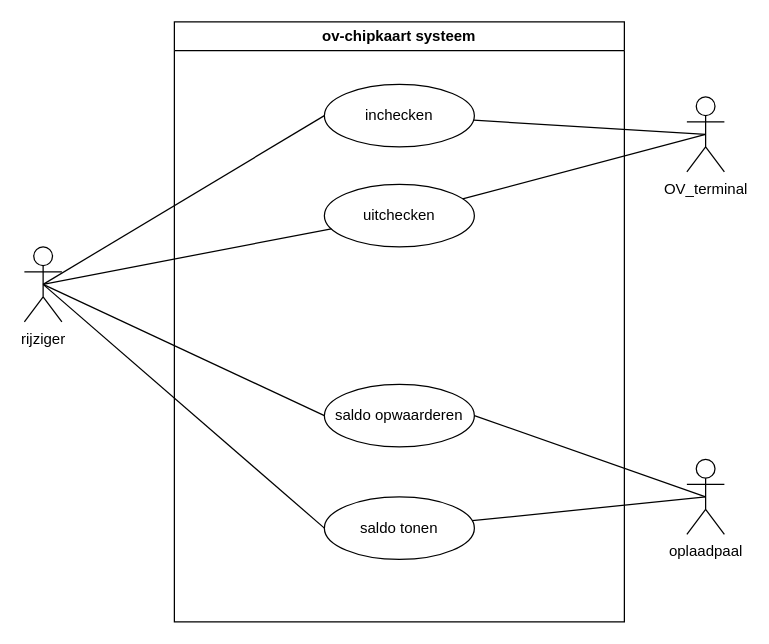
This is use-case diagram ov-systeem.drawio from Yonaki51/OOP1-eindopdracht, a draw.io file, before an edit. Source tidied: cells renumbered, new cells numbered last; positions are measured from the earlier drawing's top-left corner, leaving out a move shared by most shapes. Both pictures are drawn from the tidied source at 125%, with x=0, y=0 at pixel (24, 21).
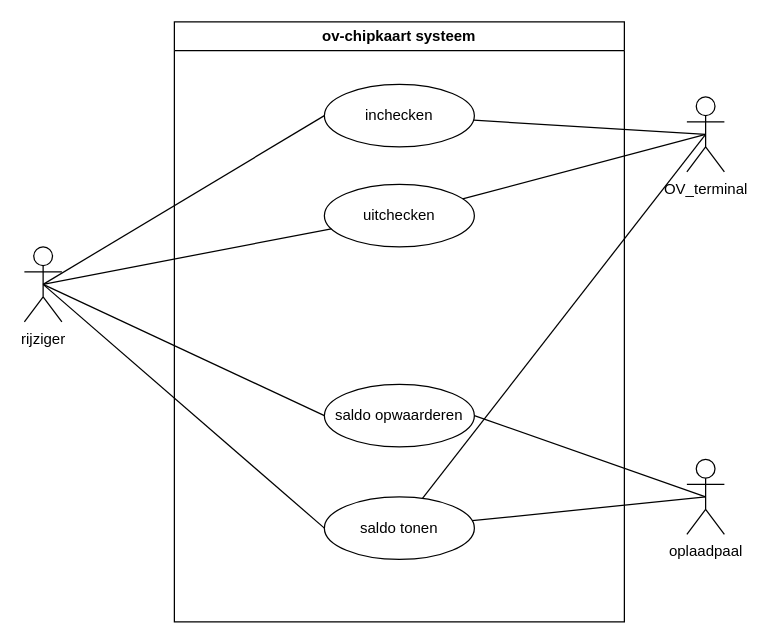
Above is the later version.

Change to the diagram source:
```diff
@@
 <mxGraphModel>
   <root>
     <mxCell id="0" />
     <mxCell id="1" parent="0" />
     <mxCell id="2" value="ov-chipkaart systeem" style="swimlane;whiteSpace=wrap;html=1;" parent="1" vertex="1">
       <mxGeometry x="120" width="360" height="480" as="geometry" />
     </mxCell>
     <mxCell id="3" value="inchecken" style="ellipse;whiteSpace=wrap;html=1;" parent="2" vertex="1">
       <mxGeometry x="120" y="50" width="120" height="50" as="geometry" />
     </mxCell>
     <mxCell id="4" value="uitchecken" style="ellipse;whiteSpace=wrap;html=1;" parent="2" vertex="1">
       <mxGeometry x="120" y="130" width="120" height="50" as="geometry" />
     </mxCell>
     <mxCell id="5" value="saldo opwaarderen" style="ellipse;whiteSpace=wrap;html=1;" parent="2" vertex="1">
       <mxGeometry x="120" y="290" width="120" height="50" as="geometry" />
     </mxCell>
     <mxCell id="6" value="saldo tonen" style="ellipse;whiteSpace=wrap;html=1;" parent="2" vertex="1">
       <mxGeometry x="120" y="380" width="120" height="50" as="geometry" />
     </mxCell>
     <mxCell id="7" value="rijziger" style="shape=umlActor;verticalLabelPosition=bottom;verticalAlign=top;html=1;outlineConnect=0;" parent="1" vertex="1">
       <mxGeometry y="180" width="30" height="60" as="geometry" />
     </mxCell>
     <mxCell id="8" value="OV_terminal" style="shape=umlActor;verticalLabelPosition=bottom;verticalAlign=top;html=1;outlineConnect=0;" parent="1" vertex="1">
       <mxGeometry x="530" y="60" width="30" height="60" as="geometry" />
     </mxCell>
     <mxCell id="9" value="oplaadpaal" style="shape=umlActor;verticalLabelPosition=bottom;verticalAlign=top;html=1;outlineConnect=0;" parent="1" vertex="1">
       <mxGeometry x="530" y="350" width="30" height="60" as="geometry" />
     </mxCell>
     <mxCell id="10" style="rounded=0;jettySize=auto;html=1;entryX=0.5;entryY=0.5;entryDx=0;entryDy=0;entryPerimeter=0;exitX=0;exitY=0.5;exitDx=0;exitDy=0;endArrow=none;endFill=0;" parent="1" edge="1" source="3" target="7">
       <mxGeometry relative="1" as="geometry" />
     </mxCell>
     <mxCell id="11" style="rounded=0;jettySize=auto;html=1;endArrow=none;endFill=0;entryX=0.5;entryY=0.5;entryDx=0;entryDy=0;entryPerimeter=0;" parent="1" edge="1" source="3" target="8">
       <mxGeometry relative="1" as="geometry" />
     </mxCell>
     <mxCell id="12" style="rounded=0;jettySize=auto;html=1;endArrow=none;endFill=0;entryX=0.5;entryY=0.5;entryDx=0;entryDy=0;entryPerimeter=0;" parent="1" edge="1" source="4" target="7">
       <mxGeometry relative="1" as="geometry" />
     </mxCell>
     <mxCell id="13" style="rounded=0;jettySize=auto;html=1;entryX=0.5;entryY=0.5;entryDx=0;entryDy=0;entryPerimeter=0;endArrow=none;endFill=0;" parent="1" edge="1" source="4" target="8">
       <mxGeometry relative="1" as="geometry" />
     </mxCell>
     <mxCell id="14" style="rounded=0;jettySize=auto;html=1;endArrow=none;endFill=0;strokeWidth=1;exitX=0;exitY=0.5;exitDx=0;exitDy=0;entryX=0.5;entryY=0.5;entryDx=0;entryDy=0;entryPerimeter=0;" parent="1" edge="1" source="5" target="7">
       <mxGeometry relative="1" as="geometry" />
     </mxCell>
     <mxCell id="15" style="rounded=0;jettySize=auto;html=1;endArrow=none;endFill=0;exitX=0;exitY=0.5;exitDx=0;exitDy=0;entryX=0.5;entryY=0.5;entryDx=0;entryDy=0;entryPerimeter=0;" parent="1" edge="1" source="6" target="7">
       <mxGeometry relative="1" as="geometry" />
     </mxCell>
     <mxCell id="16" style="rounded=0;jettySize=auto;html=1;endArrow=none;endFill=0;entryX=0.5;entryY=0.5;entryDx=0;entryDy=0;entryPerimeter=0;exitX=1;exitY=0.5;exitDx=0;exitDy=0;" parent="1" edge="1" source="5" target="9">
       <mxGeometry relative="1" as="geometry" />
     </mxCell>
     <mxCell id="17" style="rounded=0;jettySize=auto;html=1;endArrow=none;endFill=0;entryX=0.5;entryY=0.5;entryDx=0;entryDy=0;entryPerimeter=0;" parent="1" edge="1" source="6" target="9">
       <mxGeometry relative="1" as="geometry" />
     </mxCell>
+    <mxCell id="18" style="rounded=0;jettySize=auto;html=1;entryX=0.5;entryY=0.5;entryDx=0;entryDy=0;entryPerimeter=0;endArrow=none;endFill=0;" parent="1" edge="1" source="6" target="8">
+      <mxGeometry relative="1" as="geometry" />
+    </mxCell>
   </root>
 </mxGraphModel>
```
